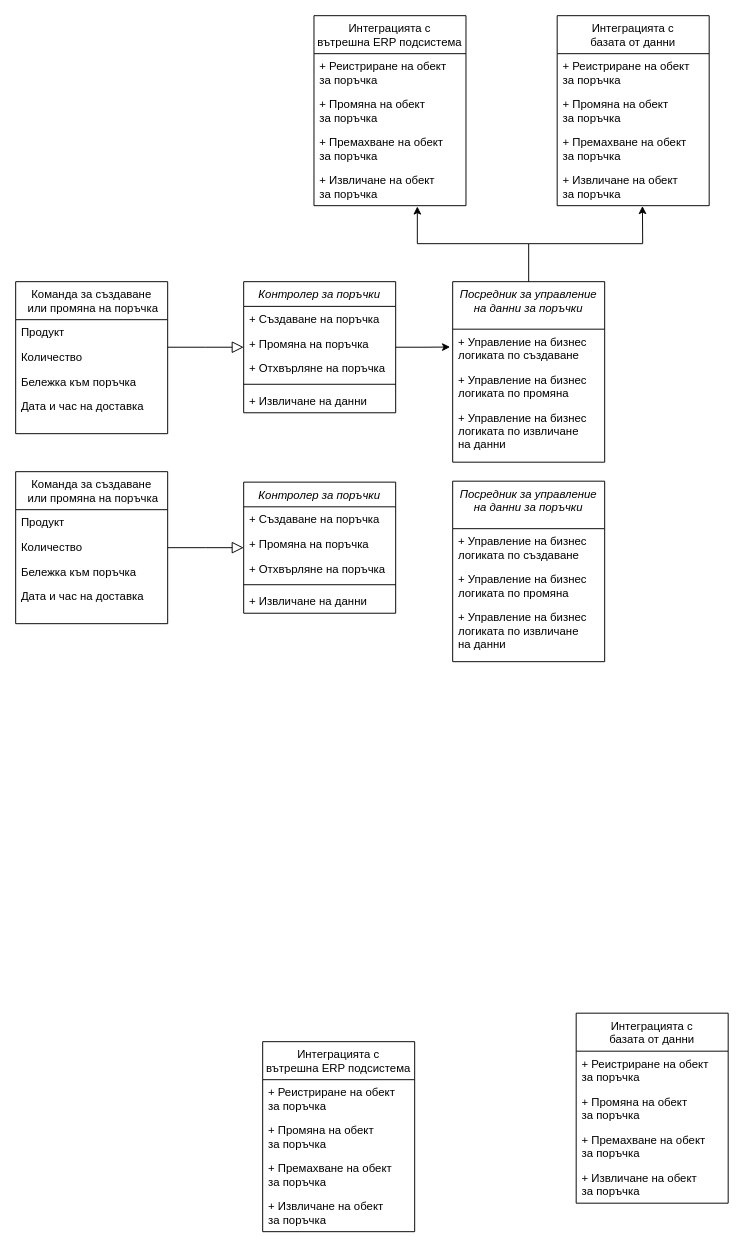
Above: Chapter2/ClassDiagram.drawio in profjordanov/phd (draw.io), before the change. Source tidied: cells renumbered, new cells numbered last; positions are measured from the earlier drawing's top-left corner, leaving out a move shared by most shapes. Both pictures are drawn from the tidied source at 95%, with x=0, y=0 at pixel (15, 15).
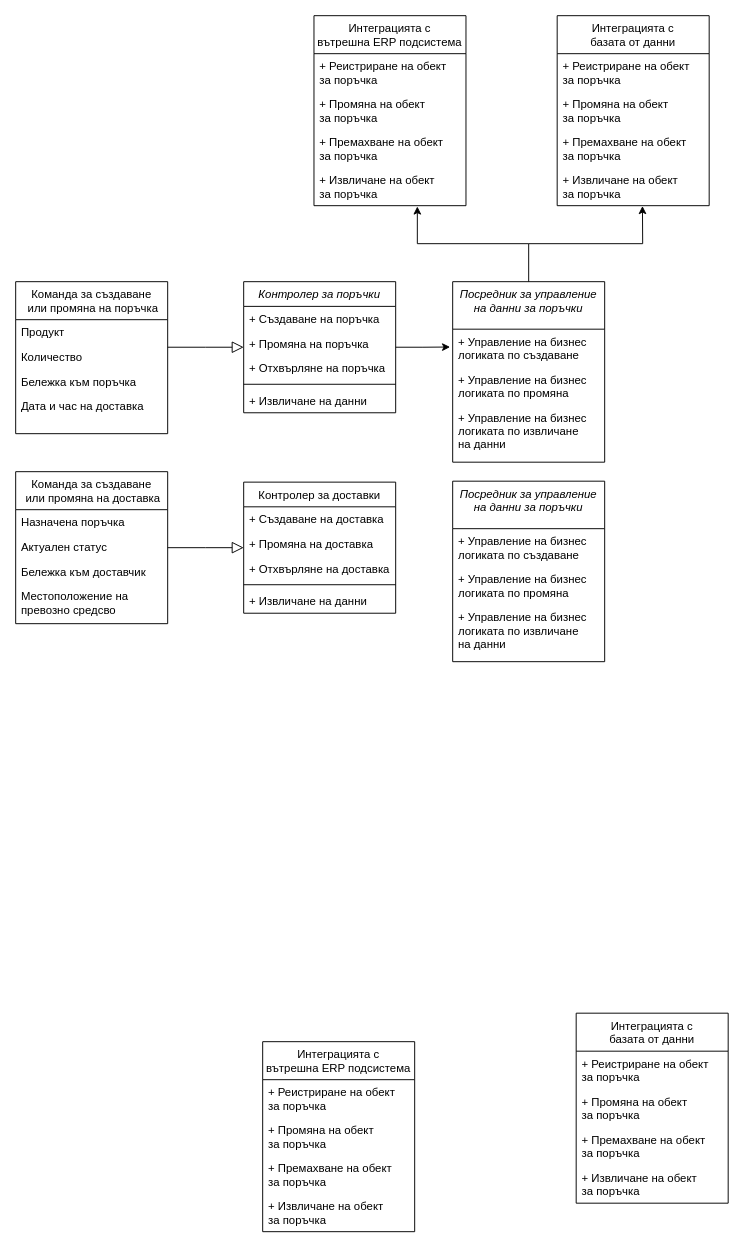
The same diagram, later.

Diff of the diagram source:
```diff
@@
-    <mxCell id="32" value="Контролер за поръчки" style="swimlane;fontStyle=2;align=center;verticalAlign=top;horizontal=1;startSize=26;rounded=0;shadow=0;strokeWidth=1;" parent="1" vertex="1">
+    <mxCell id="32" value="Контролер за доставки" style="swimlane;fontStyle=0;align=center;verticalAlign=top;horizontal=1;startSize=26;rounded=0;shadow=0;strokeWidth=1;" parent="1" vertex="1">
       <mxGeometry x="240" y="491" width="160" height="138" as="geometry" />
     </mxCell>
-    <mxCell id="33" value="+ Създаване на поръчка" style="text;align=left;verticalAlign=top;spacingLeft=4;spacingRight=4;overflow=hidden;" parent="32" vertex="1">
+    <mxCell id="33" value="+ Създаване на доставка" style="text;align=left;verticalAlign=top;spacingLeft=4;spacingRight=4;overflow=hidden;" parent="32" vertex="1">
       <mxGeometry y="26" width="160" height="26" as="geometry" />
     </mxCell>
-    <mxCell id="34" value="+ Промяна на поръчка" style="text;align=left;verticalAlign=top;spacingLeft=4;spacingRight=4;overflow=hidden;rounded=0;shadow=0;html=0;" parent="32" vertex="1">
+    <mxCell id="34" value="+ Промяна на доставка" style="text;align=left;verticalAlign=top;spacingLeft=4;spacingRight=4;overflow=hidden;rounded=0;shadow=0;html=0;" parent="32" vertex="1">
       <mxGeometry y="52" width="160" height="26" as="geometry" />
     </mxCell>
-    <mxCell id="35" value="+ Отхвърляне на поръчка" style="text;align=left;verticalAlign=top;spacingLeft=4;spacingRight=4;overflow=hidden;rounded=0;shadow=0;html=0;" parent="32" vertex="1">
+    <mxCell id="35" value="+ Отхвърляне на доставка" style="text;align=left;verticalAlign=top;spacingLeft=4;spacingRight=4;overflow=hidden;rounded=0;shadow=0;html=0;" parent="32" vertex="1">
       <mxGeometry y="78" width="160" height="26" as="geometry" />
     </mxCell>
@@
-    <mxCell id="38" value="Команда за създаване&#10; или промяна на поръчка" style="swimlane;fontStyle=0;align=center;verticalAlign=top;horizontal=1;startSize=40;rounded=0;shadow=0;strokeWidth=1;" parent="1" vertex="1">
+    <mxCell id="38" value="Команда за създаване&#10; или промяна на доставка" style="swimlane;fontStyle=0;align=center;verticalAlign=top;horizontal=1;startSize=40;rounded=0;shadow=0;strokeWidth=1;" parent="1" vertex="1">
       <mxGeometry y="480" width="160" height="160" as="geometry" />
     </mxCell>
-    <mxCell id="39" value="Продукт" style="text;align=left;verticalAlign=top;spacingLeft=4;spacingRight=4;overflow=hidden;" parent="38" vertex="1">
+    <mxCell id="39" value="Назначена поръчка" style="text;align=left;verticalAlign=top;spacingLeft=4;spacingRight=4;overflow=hidden;" parent="38" vertex="1">
       <mxGeometry y="40" width="160" height="26" as="geometry" />
     </mxCell>
-    <mxCell id="40" value="Количество" style="text;align=left;verticalAlign=top;spacingLeft=4;spacingRight=4;overflow=hidden;rounded=0;shadow=0;html=0;" parent="38" vertex="1">
+    <mxCell id="40" value="Актуален статус" style="text;align=left;verticalAlign=top;spacingLeft=4;spacingRight=4;overflow=hidden;rounded=0;shadow=0;html=0;" parent="38" vertex="1">
       <mxGeometry y="66" width="160" height="26" as="geometry" />
     </mxCell>
-    <mxCell id="41" value="Бележка към поръчка" style="text;align=left;verticalAlign=top;spacingLeft=4;spacingRight=4;overflow=hidden;rounded=0;shadow=0;html=0;" parent="38" vertex="1">
+    <mxCell id="41" value="Бележка към доставчик" style="text;align=left;verticalAlign=top;spacingLeft=4;spacingRight=4;overflow=hidden;rounded=0;shadow=0;html=0;" parent="38" vertex="1">
       <mxGeometry y="92" width="160" height="26" as="geometry" />
     </mxCell>
-    <mxCell id="42" value="Дата и час на доставка" style="text;align=left;verticalAlign=top;spacingLeft=4;spacingRight=4;overflow=hidden;rounded=0;shadow=0;html=0;" parent="38" vertex="1">
-      <mxGeometry y="118" width="160" height="26" as="geometry" />
+    <mxCell id="42" value="Местоположение на &#10;превозно средсво" style="text;align=left;verticalAlign=top;spacingLeft=4;spacingRight=4;overflow=hidden;rounded=0;shadow=0;html=0;" parent="38" vertex="1">
+      <mxGeometry y="118" width="160" height="32" as="geometry" />
     </mxCell>
```
